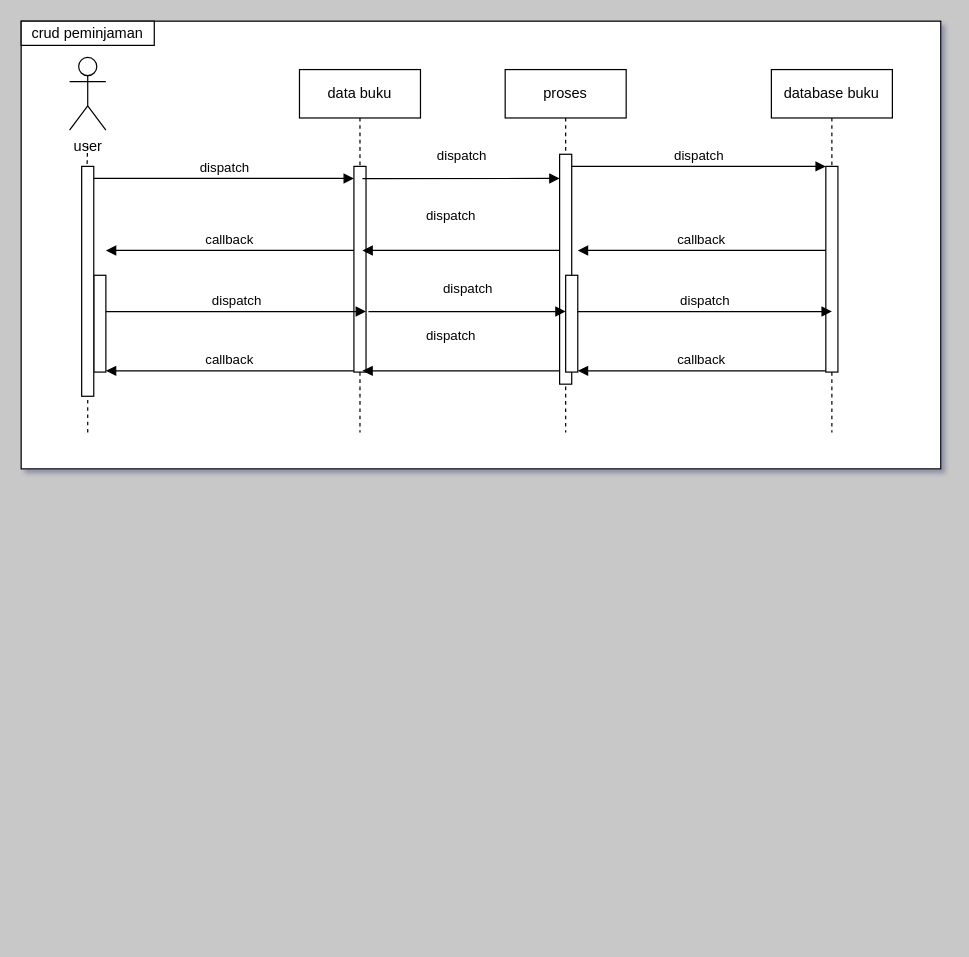
The draw.io diagram Untitled Diagram.drawio in htmledan/Shell-script-gugugaga, before the edit. Source tidied: cells renumbered, new cells numbered last; positions are measured from the earlier drawing's top-left corner, leaving out a move shared by most shapes. Both pictures are drawn from the tidied source at 121%, with x=0, y=0 at pixel (21, 21).
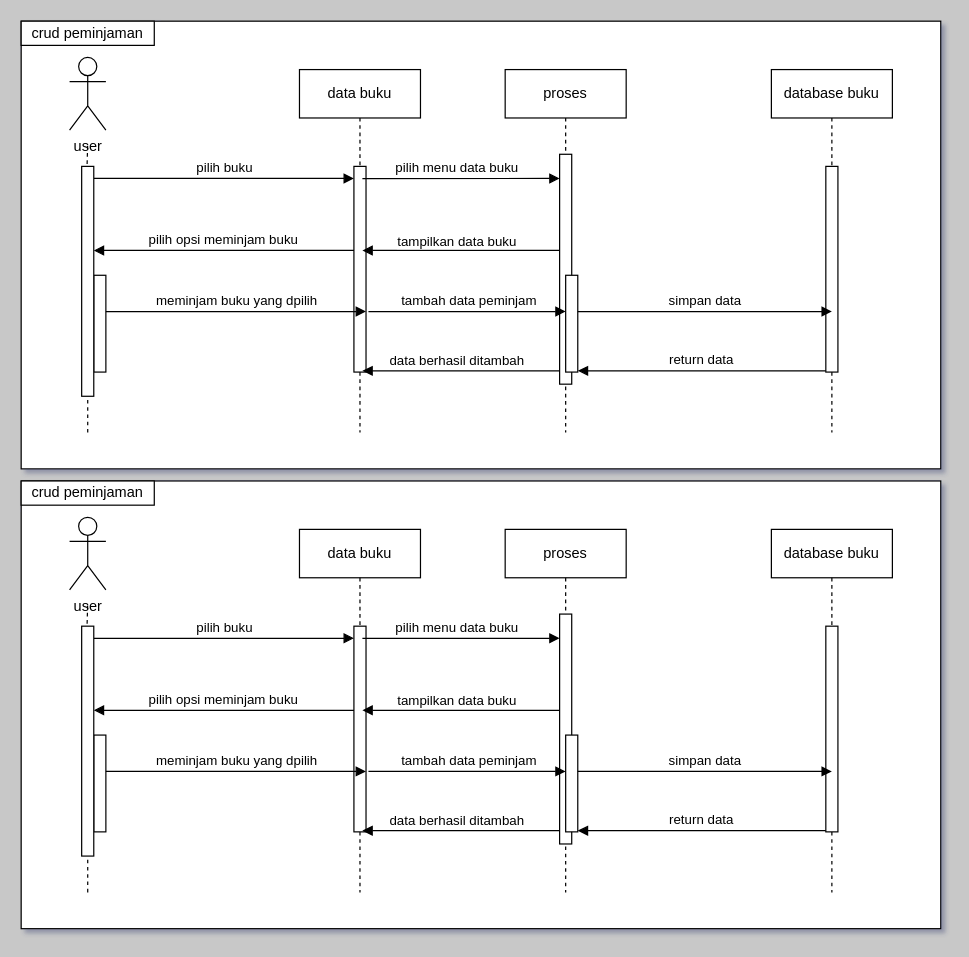
The same diagram, later.

Commit message:
sequence diagram perpus.drawio

The change refers to these unchanged cells:
```xml
<mxCell id="4" style="html=1;points=[];perimeter=orthogonalPerimeter;outlineConnect=0;targetShapes=umlLifeline;portConstraint=eastwest;newEdgeStyle={&quot;edgeStyle&quot;:&quot;elbowEdgeStyle&quot;,&quot;elbow&quot;:&quot;vertical&quot;,&quot;curved&quot;:0,&quot;rounded&quot;:0};" parent="3" vertex="1">
  <mxGeometry x="45" y="80" width="10" height="170" as="geometry" />
</mxCell>
<mxCell id="10" style="html=1;points=[];perimeter=orthogonalPerimeter;outlineConnect=0;targetShapes=umlLifeline;portConstraint=eastwest;newEdgeStyle={&quot;edgeStyle&quot;:&quot;elbowEdgeStyle&quot;,&quot;elbow&quot;:&quot;vertical&quot;,&quot;curved&quot;:0,&quot;rounded&quot;:0};" parent="9" vertex="1">
  <mxGeometry x="45" y="80" width="10" height="170" as="geometry" />
</mxCell>
<mxCell id="13" style="html=1;points=[];perimeter=orthogonalPerimeter;outlineConnect=0;targetShapes=umlLifeline;portConstraint=eastwest;newEdgeStyle={&quot;edgeStyle&quot;:&quot;elbowEdgeStyle&quot;,&quot;elbow&quot;:&quot;vertical&quot;,&quot;curved&quot;:0,&quot;rounded&quot;:0};" parent="1" vertex="1">
  <mxGeometry x="445" y="110" width="10" height="190" as="geometry" />
</mxCell>
<mxCell id="18" style="html=1;points=[];perimeter=orthogonalPerimeter;outlineConnect=0;targetShapes=umlLifeline;portConstraint=eastwest;newEdgeStyle={&quot;edgeStyle&quot;:&quot;elbowEdgeStyle&quot;,&quot;elbow&quot;:&quot;vertical&quot;,&quot;curved&quot;:0,&quot;rounded&quot;:0};" parent="1" vertex="1">
  <mxGeometry x="50" y="120" width="10" height="190" as="geometry" />
</mxCell>
```

What changed in the source:
```diff
@@
-    <mxCell id="5" value="dispatch" style="html=1;verticalAlign=bottom;endArrow=block;edgeStyle=elbowEdgeStyle;elbow=vertical;curved=0;rounded=0;" parent="1" edge="1" source="18" target="4">
+    <mxCell id="5" value="pilih buku" style="html=1;verticalAlign=bottom;endArrow=block;edgeStyle=elbowEdgeStyle;elbow=vertical;curved=0;rounded=0;" parent="1" edge="1" source="18" target="4">
       <mxGeometry relative="1" as="geometry">
         <Array as="points">
           <mxPoint x="150" y="130" />
         </Array>
       </mxGeometry>
     </mxCell>
-    <mxCell id="6" value="callback" style="html=1;verticalAlign=bottom;endArrow=block;edgeStyle=elbowEdgeStyle;elbow=vertical;curved=0;rounded=0;" parent="1" edge="1">
+    <mxCell id="6" value="pilih opsi meminjam buku" style="html=1;verticalAlign=bottom;endArrow=block;edgeStyle=elbowEdgeStyle;elbow=vertical;curved=0;rounded=0;" parent="1" edge="1" target="18">
       <mxGeometry relative="1" as="geometry">
         <mxPoint x="275" y="189.5" as="sourcePoint" />
-        <mxPoint x="70" y="189.5" as="targetPoint" />
         <Array as="points">
           <mxPoint x="110" y="189.5" />
         </Array>
       </mxGeometry>
     </mxCell>
@@
-    <mxCell id="11" value="dispatch" style="html=1;verticalAlign=bottom;endArrow=block;edgeStyle=elbowEdgeStyle;elbow=vertical;curved=0;rounded=0;" parent="1" edge="1" source="13" target="10">
-      <mxGeometry relative="1" as="geometry">
-        <Array as="points">
-          <mxPoint x="540" y="120" />
-        </Array>
-      </mxGeometry>
-    </mxCell>
-    <mxCell id="12" value="callback" style="html=1;verticalAlign=bottom;endArrow=block;edgeStyle=elbowEdgeStyle;elbow=vertical;curved=0;rounded=0;" parent="1" edge="1">
-      <mxGeometry relative="1" as="geometry">
-        <mxPoint x="665" y="189.5" as="sourcePoint" />
-        <mxPoint x="460" y="189.5" as="targetPoint" />
-        <Array as="points">
-          <mxPoint x="500" y="189.5" />
-        </Array>
-      </mxGeometry>
-    </mxCell>
@@
-    <mxCell id="19" value="dispatch" style="html=1;verticalAlign=bottom;endArrow=block;edgeStyle=elbowEdgeStyle;elbow=vertical;curved=0;rounded=0;" parent="1" edge="1" target="13">
-      <mxGeometry x="0.01" y="10" relative="1" as="geometry">
+    <mxCell id="19" value="pilih menu data buku" style="html=1;verticalAlign=bottom;endArrow=block;edgeStyle=elbowEdgeStyle;elbow=vertical;curved=0;rounded=0;" parent="1" edge="1" target="13">
+      <mxGeometry x="-0.04" relative="1" as="geometry">
         <mxPoint x="282" y="130.1" as="sourcePoint" />
         <Array as="points">
           <mxPoint x="430" y="130" />
         </Array>
       </mxGeometry>
     </mxCell>
-    <mxCell id="20" value="dispatch" style="html=1;verticalAlign=bottom;endArrow=block;edgeStyle=elbowEdgeStyle;elbow=vertical;curved=0;rounded=0;" parent="1" edge="1">
-      <mxGeometry x="0.1" y="-20" relative="1" as="geometry">
+    <mxCell id="20" value="tampilkan data buku" style="html=1;verticalAlign=bottom;endArrow=block;edgeStyle=elbowEdgeStyle;elbow=vertical;curved=0;rounded=0;" parent="1" edge="1">
+      <mxGeometry x="0.04" y="1" relative="1" as="geometry">
         <mxPoint x="445" y="189.5" as="sourcePoint" />
         <mxPoint x="282" y="189.6" as="targetPoint" />
         <Array as="points">
           <mxPoint x="430" y="189.5" />
         </Array>
       </mxGeometry>
     </mxCell>
@@
-    <mxCell id="22" value="callback" style="html=1;verticalAlign=bottom;endArrow=block;edgeStyle=elbowEdgeStyle;elbow=vertical;curved=0;rounded=0;" parent="1" edge="1">
+    <mxCell id="22" value="return data" style="html=1;verticalAlign=bottom;endArrow=block;edgeStyle=elbowEdgeStyle;elbow=vertical;curved=0;rounded=0;" parent="1" edge="1">
       <mxGeometry relative="1" as="geometry">
         <mxPoint x="665" y="289" as="sourcePoint" />
         <mxPoint x="460" y="289" as="targetPoint" />
         <Array as="points">
           <mxPoint x="500" y="289" />
         </Array>
       </mxGeometry>
     </mxCell>
-    <mxCell id="23" value="dispatch" style="html=1;verticalAlign=bottom;endArrow=block;edgeStyle=elbowEdgeStyle;elbow=vertical;curved=0;rounded=0;" parent="1" edge="1">
-      <mxGeometry x="0.1" y="-20" relative="1" as="geometry">
+    <mxCell id="23" value="data berhasil ditambah" style="html=1;verticalAlign=bottom;endArrow=block;edgeStyle=elbowEdgeStyle;elbow=vertical;curved=0;rounded=0;" parent="1" edge="1">
+      <mxGeometry x="0.04" y="1" relative="1" as="geometry">
         <mxPoint x="445" y="289" as="sourcePoint" />
         <mxPoint x="282" y="289.1" as="targetPoint" />
         <Array as="points">
           <mxPoint x="430" y="289" />
         </Array>
       </mxGeometry>
     </mxCell>
-    <mxCell id="24" value="callback" style="html=1;verticalAlign=bottom;endArrow=block;edgeStyle=elbowEdgeStyle;elbow=vertical;curved=0;rounded=0;" parent="1" edge="1">
-      <mxGeometry relative="1" as="geometry">
-        <mxPoint x="275" y="289" as="sourcePoint" />
-        <mxPoint x="70" y="289" as="targetPoint" />
-        <Array as="points">
-          <mxPoint x="110" y="289" />
-        </Array>
-      </mxGeometry>
-    </mxCell>
-    <mxCell id="25" value="dispatch" style="html=1;verticalAlign=bottom;endArrow=block;edgeStyle=elbowEdgeStyle;elbow=vertical;curved=0;rounded=0;" parent="1" edge="1">
+    <mxCell id="25" value="meminjam buku yang dpilih" style="html=1;verticalAlign=bottom;endArrow=block;edgeStyle=elbowEdgeStyle;elbow=vertical;curved=0;rounded=0;" parent="1" edge="1">
       <mxGeometry relative="1" as="geometry">
         <mxPoint x="70" y="240" as="sourcePoint" />
         <mxPoint x="285" y="240" as="targetPoint" />
         <Array as="points">
           <mxPoint x="160" y="240" />
         </Array>
       </mxGeometry>
     </mxCell>
-    <mxCell id="26" value="dispatch" style="html=1;verticalAlign=bottom;endArrow=block;edgeStyle=elbowEdgeStyle;elbow=vertical;curved=0;rounded=0;" parent="1" edge="1">
-      <mxGeometry x="0.01" y="10" relative="1" as="geometry">
+    <mxCell id="26" value="tambah data peminjam" style="html=1;verticalAlign=bottom;endArrow=block;edgeStyle=elbowEdgeStyle;elbow=vertical;curved=0;rounded=0;" parent="1" edge="1">
+      <mxGeometry x="0.02" relative="1" as="geometry">
         <mxPoint x="287" y="240.1" as="sourcePoint" />
         <mxPoint x="450" y="240" as="targetPoint" />
         <Array as="points">
           <mxPoint x="435" y="240" />
         </Array>
       </mxGeometry>
     </mxCell>
-    <mxCell id="27" value="dispatch" style="html=1;verticalAlign=bottom;endArrow=block;edgeStyle=elbowEdgeStyle;elbow=vertical;curved=0;rounded=0;" parent="1" edge="1">
+    <mxCell id="27" value="simpan data" style="html=1;verticalAlign=bottom;endArrow=block;edgeStyle=elbowEdgeStyle;elbow=vertical;curved=0;rounded=0;" parent="1" edge="1">
       <mxGeometry relative="1" as="geometry">
         <mxPoint x="460" y="240" as="sourcePoint" />
         <mxPoint x="670" y="240" as="targetPoint" />
         <Array as="points">
           <mxPoint x="545" y="240" />
         </Array>
       </mxGeometry>
     </mxCell>
+    <mxCell id="28" style="rounded=0;whiteSpace=wrap;html=1;" parent="1" vertex="1">
+      <mxGeometry y="380" width="760" height="370" as="geometry" />
+    </mxCell>
+    <mxCell id="29" value="data buku" style="shape=umlLifeline;perimeter=lifelinePerimeter;whiteSpace=wrap;html=1;newEdgeStyle={&quot;edgeStyle&quot;:&quot;elbowEdgeStyle&quot;,&quot;elbow&quot;:&quot;vertical&quot;,&quot;curved&quot;:0,&quot;rounded&quot;:0};" parent="1" vertex="1">
+      <mxGeometry x="230" y="420" width="100" height="300" as="geometry" />
+    </mxCell>
+    <mxCell id="30" style="html=1;points=[];perimeter=orthogonalPerimeter;outlineConnect=0;targetShapes=umlLifeline;portConstraint=eastwest;newEdgeStyle={&quot;edgeStyle&quot;:&quot;elbowEdgeStyle&quot;,&quot;elbow&quot;:&quot;vertical&quot;,&quot;curved&quot;:0,&quot;rounded&quot;:0};" parent="29" vertex="1">
+      <mxGeometry x="45" y="80" width="10" height="170" as="geometry" />
+    </mxCell>
+    <mxCell id="31" value="pilih buku" style="html=1;verticalAlign=bottom;endArrow=block;edgeStyle=elbowEdgeStyle;elbow=vertical;curved=0;rounded=0;" parent="1" edge="1" source="42" target="30">
+      <mxGeometry relative="1" as="geometry">
+        <Array as="points">
+          <mxPoint x="150" y="510" />
+        </Array>
+      </mxGeometry>
+    </mxCell>
+    <mxCell id="32" value="pilih opsi meminjam buku" style="html=1;verticalAlign=bottom;endArrow=block;edgeStyle=elbowEdgeStyle;elbow=vertical;curved=0;rounded=0;" parent="1" edge="1" target="42">
+      <mxGeometry relative="1" as="geometry">
+        <mxPoint x="275" y="569.5" as="sourcePoint" />
+        <Array as="points">
+          <mxPoint x="110" y="569.5" />
+        </Array>
+      </mxGeometry>
+    </mxCell>
+    <mxCell id="33" value="user" style="shape=umlActor;verticalLabelPosition=bottom;verticalAlign=top;html=1;" parent="1" vertex="1">
+      <mxGeometry x="40" y="410" width="30" height="60" as="geometry" />
+    </mxCell>
+    <mxCell id="34" value="proses" style="shape=umlLifeline;perimeter=lifelinePerimeter;whiteSpace=wrap;html=1;newEdgeStyle={&quot;edgeStyle&quot;:&quot;elbowEdgeStyle&quot;,&quot;elbow&quot;:&quot;vertical&quot;,&quot;curved&quot;:0,&quot;rounded&quot;:0};" parent="1" vertex="1">
+      <mxGeometry x="400" y="420" width="100" height="300" as="geometry" />
+    </mxCell>
+    <mxCell id="35" value="database buku" style="shape=umlLifeline;perimeter=lifelinePerimeter;whiteSpace=wrap;html=1;newEdgeStyle={&quot;edgeStyle&quot;:&quot;elbowEdgeStyle&quot;,&quot;elbow&quot;:&quot;vertical&quot;,&quot;curved&quot;:0,&quot;rounded&quot;:0};" parent="1" vertex="1">
+      <mxGeometry x="620" y="420" width="100" height="300" as="geometry" />
+    </mxCell>
+    <mxCell id="36" style="html=1;perimeter=orthogonalPerimeter;targetShapes=umlLifeline;newEdgeStyle={&quot;edgeStyle&quot;:&quot;elbowEdgeStyle&quot;,&quot;elbow&quot;:&quot;vertical&quot;,&quot;curved&quot;:0,&quot;rounded&quot;:0};" parent="35" vertex="1">
+      <mxGeometry x="45" y="80" width="10" height="170" as="geometry" />
+    </mxCell>
+    <mxCell id="37" style="html=1;points=[];perimeter=orthogonalPerimeter;outlineConnect=0;targetShapes=umlLifeline;portConstraint=eastwest;newEdgeStyle={&quot;edgeStyle&quot;:&quot;elbowEdgeStyle&quot;,&quot;elbow&quot;:&quot;vertical&quot;,&quot;curved&quot;:0,&quot;rounded&quot;:0};" parent="1" vertex="1">
+      <mxGeometry x="445" y="490" width="10" height="190" as="geometry" />
+    </mxCell>
+    <mxCell id="38" style="endArrow=none;dashed=1;html=1;rounded=0;exitX=0.132;exitY=0.589;exitDx=0;exitDy=0;exitPerimeter=0;" parent="1" edge="1" source="42">
+      <mxGeometry relative="1" as="geometry">
+        <mxPoint x="55" y="480" as="targetPoint" />
+      </mxGeometry>
+    </mxCell>
+    <mxCell id="39" style="html=1;perimeter=orthogonalPerimeter;targetShapes=umlLifeline;newEdgeStyle={&quot;edgeStyle&quot;:&quot;elbowEdgeStyle&quot;,&quot;elbow&quot;:&quot;vertical&quot;,&quot;curved&quot;:0,&quot;rounded&quot;:0};" parent="1" vertex="1">
+      <mxGeometry x="450" y="590" width="10" height="80" as="geometry" />
+    </mxCell>
+    <mxCell id="40" style="html=1;perimeter=orthogonalPerimeter;targetShapes=umlLifeline;newEdgeStyle={&quot;edgeStyle&quot;:&quot;elbowEdgeStyle&quot;,&quot;elbow&quot;:&quot;vertical&quot;,&quot;curved&quot;:0,&quot;rounded&quot;:0};" parent="1" vertex="1">
+      <mxGeometry x="60" y="590" width="10" height="80" as="geometry" />
+    </mxCell>
+    <mxCell id="41" style="endArrow=none;dashed=1;html=1;rounded=0;" parent="1" edge="1" target="42">
+      <mxGeometry relative="1" as="geometry">
+        <mxPoint x="55" y="720" as="sourcePoint" />
+      </mxGeometry>
+    </mxCell>
+    <mxCell id="42" style="html=1;points=[];perimeter=orthogonalPerimeter;outlineConnect=0;targetShapes=umlLifeline;portConstraint=eastwest;newEdgeStyle={&quot;edgeStyle&quot;:&quot;elbowEdgeStyle&quot;,&quot;elbow&quot;:&quot;vertical&quot;,&quot;curved&quot;:0,&quot;rounded&quot;:0};" parent="1" vertex="1">
+      <mxGeometry x="50" y="500" width="10" height="190" as="geometry" />
+    </mxCell>
+    <mxCell id="43" value="pilih menu data buku" style="html=1;verticalAlign=bottom;endArrow=block;edgeStyle=elbowEdgeStyle;elbow=vertical;curved=0;rounded=0;" parent="1" edge="1" target="37">
+      <mxGeometry x="-0.04" relative="1" as="geometry">
+        <mxPoint x="282" y="510" as="sourcePoint" />
+        <Array as="points">
+          <mxPoint x="430" y="510" />
+        </Array>
+      </mxGeometry>
+    </mxCell>
+    <mxCell id="44" value="tampilkan data buku" style="html=1;verticalAlign=bottom;endArrow=block;edgeStyle=elbowEdgeStyle;elbow=vertical;curved=0;rounded=0;" parent="1" edge="1">
+      <mxGeometry x="0.04" y="1" relative="1" as="geometry">
+        <mxPoint x="445" y="569.5" as="sourcePoint" />
+        <mxPoint x="282" y="569.5" as="targetPoint" />
+        <Array as="points">
+          <mxPoint x="430" y="569.5" />
+        </Array>
+      </mxGeometry>
+    </mxCell>
+    <mxCell id="45" value="crud peminjaman" style="rounded=0;whiteSpace=wrap;html=1;" parent="1" vertex="1">
+      <mxGeometry y="380" width="110" height="20" as="geometry" />
+    </mxCell>
+    <mxCell id="46" value="return data" style="html=1;verticalAlign=bottom;endArrow=block;edgeStyle=elbowEdgeStyle;elbow=vertical;curved=0;rounded=0;" parent="1" edge="1">
+      <mxGeometry relative="1" as="geometry">
+        <mxPoint x="665" y="669" as="sourcePoint" />
+        <mxPoint x="460" y="669" as="targetPoint" />
+        <Array as="points">
+          <mxPoint x="500" y="669" />
+        </Array>
+      </mxGeometry>
+    </mxCell>
+    <mxCell id="47" value="data berhasil ditambah" style="html=1;verticalAlign=bottom;endArrow=block;edgeStyle=elbowEdgeStyle;elbow=vertical;curved=0;rounded=0;" parent="1" edge="1">
+      <mxGeometry x="0.04" y="1" relative="1" as="geometry">
+        <mxPoint x="445" y="669" as="sourcePoint" />
+        <mxPoint x="282" y="669" as="targetPoint" />
+        <Array as="points">
+          <mxPoint x="430" y="669" />
+        </Array>
+      </mxGeometry>
+    </mxCell>
+    <mxCell id="48" value="meminjam buku yang dpilih" style="html=1;verticalAlign=bottom;endArrow=block;edgeStyle=elbowEdgeStyle;elbow=vertical;curved=0;rounded=0;" parent="1" edge="1">
+      <mxGeometry relative="1" as="geometry">
+        <mxPoint x="70" y="620" as="sourcePoint" />
+        <mxPoint x="285" y="620" as="targetPoint" />
+        <Array as="points">
+          <mxPoint x="160" y="620" />
+        </Array>
+      </mxGeometry>
+    </mxCell>
+    <mxCell id="49" value="tambah data peminjam" style="html=1;verticalAlign=bottom;endArrow=block;edgeStyle=elbowEdgeStyle;elbow=vertical;curved=0;rounded=0;" parent="1" edge="1">
+      <mxGeometry x="0.02" relative="1" as="geometry">
+        <mxPoint x="287" y="620" as="sourcePoint" />
+        <mxPoint x="450" y="620" as="targetPoint" />
+        <Array as="points">
+          <mxPoint x="435" y="620" />
+        </Array>
+      </mxGeometry>
+    </mxCell>
+    <mxCell id="50" value="simpan data" style="html=1;verticalAlign=bottom;endArrow=block;edgeStyle=elbowEdgeStyle;elbow=vertical;curved=0;rounded=0;" parent="1" edge="1">
+      <mxGeometry relative="1" as="geometry">
+        <mxPoint x="460" y="620" as="sourcePoint" />
+        <mxPoint x="670" y="620" as="targetPoint" />
+        <Array as="points">
+          <mxPoint x="545" y="620" />
+        </Array>
+      </mxGeometry>
+    </mxCell>
```
